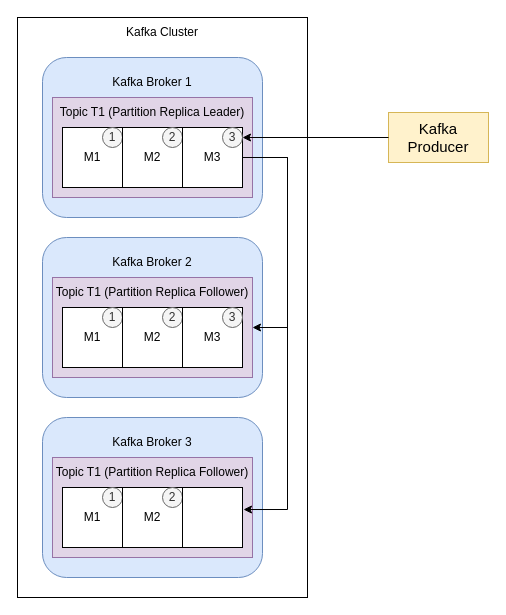
Before: drawio/kafka/replication-min-in-sync-replicas-1.drawio in windowforsun/blog, a draw.io diagram. Source tidied: cells renumbered, new cells numbered last; positions are measured from the earlier drawing's top-left corner, leaving out a move shared by most shapes. Both pictures are drawn from the tidied source at 100%, with x=0, y=0 at pixel (17, 17).
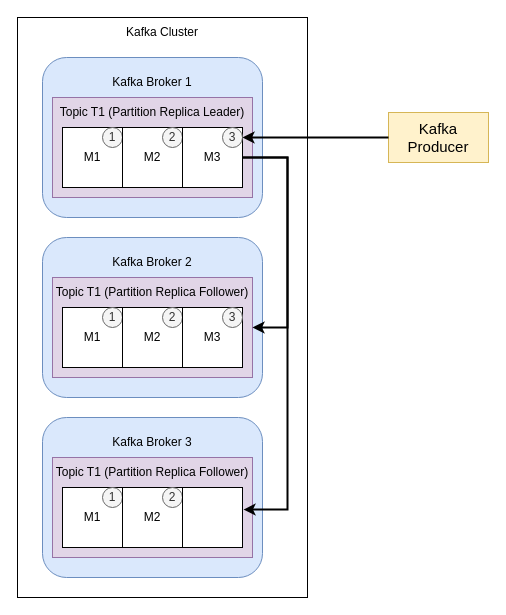
After the change.

The change refers to these unchanged cells:
```xml
<mxCell id="2" value="&lt;font style=&quot;font-size: 15px;&quot;&gt;Kafka Producer&lt;/font&gt;" style="rounded=0;whiteSpace=wrap;html=1;fillColor=#fff2cc;strokeColor=#d6b656;" parent="1" vertex="1">
  <mxGeometry x="371" y="95" width="100" height="50" as="geometry" />
</mxCell>
<mxCell id="6" style="rounded=0;whiteSpace=wrap;html=1;fillColor=#e1d5e7;strokeColor=#9673a6;" parent="1" vertex="1">
  <mxGeometry x="35" y="260" width="200" height="100" as="geometry" />
</mxCell>
<mxCell id="28" value="M3" style="rounded=0;whiteSpace=wrap;html=1;" parent="27" vertex="1">
  <mxGeometry width="60" height="60" as="geometry" />
</mxCell>
<mxCell id="29" value="3" style="ellipse;whiteSpace=wrap;html=1;fillColor=#f5f5f5;fontColor=#333333;strokeColor=#666666;" parent="27" vertex="1">
  <mxGeometry x="40" width="20" height="20" as="geometry" />
</mxCell>
<mxCell id="42" style="rounded=0;whiteSpace=wrap;html=1;" parent="41" vertex="1">
  <mxGeometry width="60" height="60" as="geometry" />
</mxCell>
```

Change to the diagram source:
```diff
@@
-    <mxCell id="43" style="edgeStyle=orthogonalEdgeStyle;rounded=0;jettySize=auto;html=1;entryX=1;entryY=0.5;entryDx=0;entryDy=0;" parent="1" edge="1" source="2" target="29">
+    <mxCell id="43" style="edgeStyle=orthogonalEdgeStyle;rounded=0;jettySize=auto;html=1;entryX=1;entryY=0.5;entryDx=0;entryDy=0;strokeWidth=2;" parent="1" edge="1" source="2" target="29">
       <mxGeometry relative="1" as="geometry" />
     </mxCell>
-    <mxCell id="44" style="edgeStyle=orthogonalEdgeStyle;rounded=0;jettySize=auto;html=1;entryX=1;entryY=0.5;entryDx=0;entryDy=0;" parent="1" edge="1" source="28" target="6">
+    <mxCell id="44" style="edgeStyle=orthogonalEdgeStyle;rounded=0;jettySize=auto;html=1;entryX=1;entryY=0.5;entryDx=0;entryDy=0;strokeWidth=2;" parent="1" edge="1" source="28" target="6">
       <mxGeometry relative="1" as="geometry">
         <Array as="points">
           <mxPoint x="270" y="140" />
           <mxPoint x="270" y="310" />
         </Array>
       </mxGeometry>
     </mxCell>
-    <mxCell id="45" style="edgeStyle=orthogonalEdgeStyle;rounded=0;jettySize=auto;html=1;entryX=1.017;entryY=0.367;entryDx=0;entryDy=0;entryPerimeter=0;" parent="1" edge="1" source="28" target="42">
+    <mxCell id="45" style="edgeStyle=orthogonalEdgeStyle;rounded=0;jettySize=auto;html=1;entryX=1.017;entryY=0.367;entryDx=0;entryDy=0;entryPerimeter=0;strokeWidth=2;" parent="1" edge="1" source="28" target="42">
       <mxGeometry relative="1" as="geometry">
         <Array as="points">
           <mxPoint x="270" y="140" />
           <mxPoint x="270" y="492" />
         </Array>
       </mxGeometry>
     </mxCell>
```
